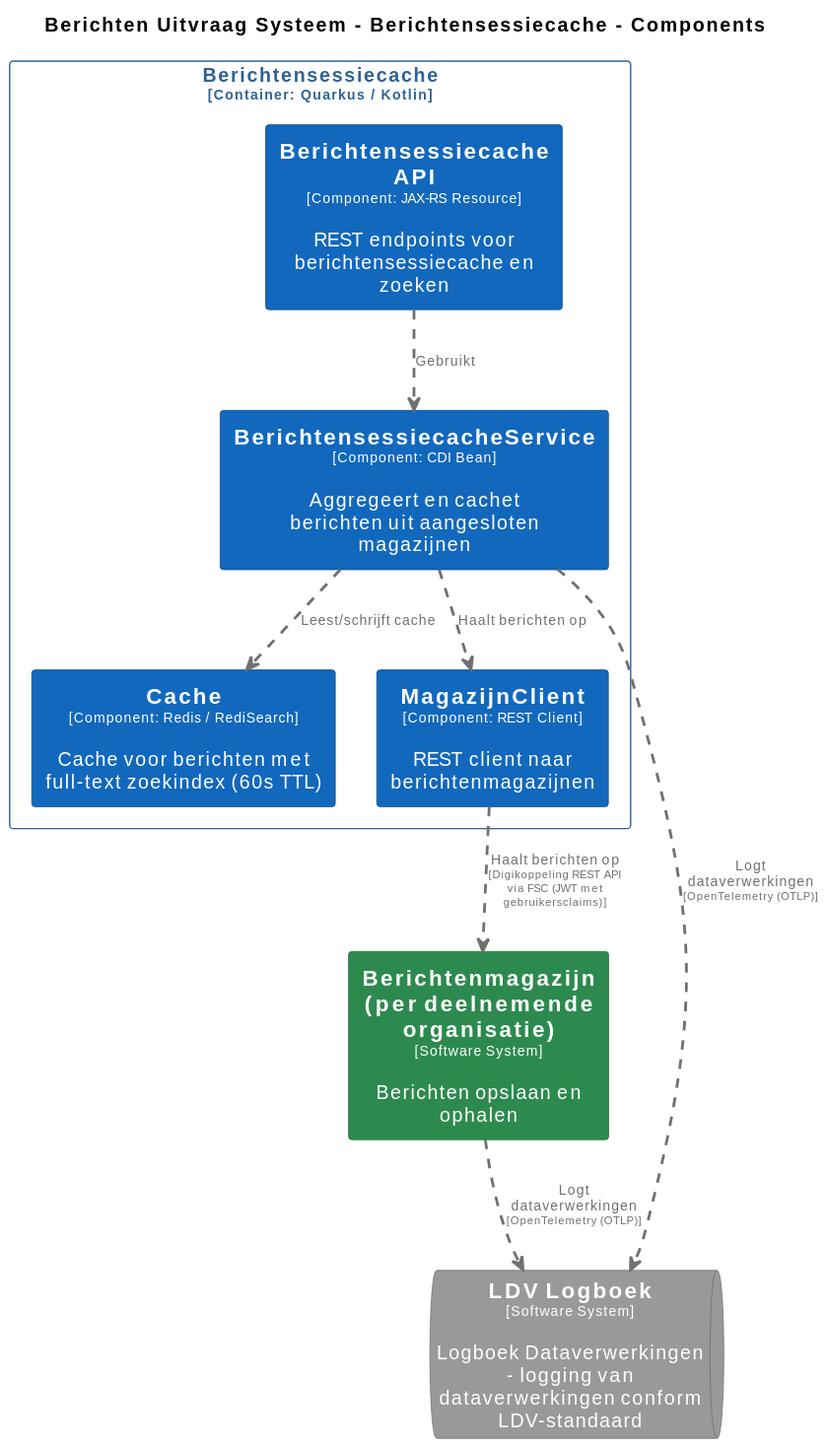
Earlier version of the PlantUML export pr-preview/pr-22/master/svg/BerichtensessiecacheComponenten.svg (MinBZK/moza-poc-fbs-berichtenbox). Its source is kept beside it as pr-preview/pr-22/master/puml/BerichtensessiecacheComponenten.puml.
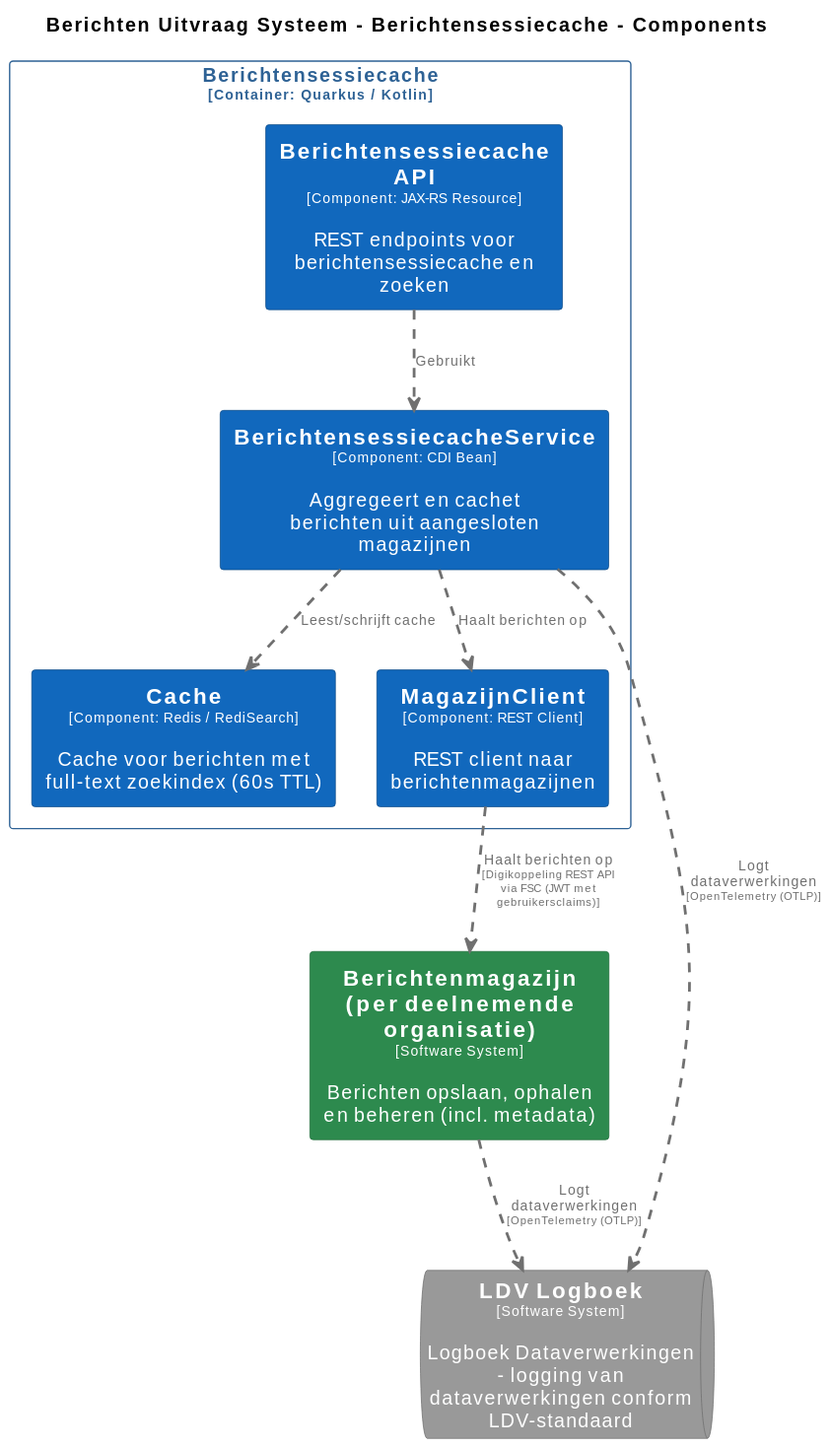
The same file after the commit.

Diff of the diagram source:
```diff
@@ -57,7 +57,7 @@
   shadowing false
 }
 
-rectangle "==Berichtenmagazijn (per deelnemende organisatie)\n<size:10>[Software System]</size>\n\nBerichten opslaan en ophalen" <<Berichtenmagazijnperdeelnemendeorganisatie>> as Berichtenmagazijnperdeelnemendeorganisatie
+rectangle "==Berichtenmagazijn (per deelnemende organisatie)\n<size:10>[Software System]</size>\n\nBerichten opslaan, ophalen en beheren (incl. metadata)" <<Berichtenmagazijnperdeelnemendeorganisatie>> as Berichtenmagazijnperdeelnemendeorganisatie
 queue "==LDV Logboek\n<size:10>[Software System]</size>\n\nLogboek Dataverwerkingen - logging van dataverwerkingen conform LDV-standaard" <<LDVLogboek>> as LDVLogboek
 
 rectangle "Berichtensessiecache\n<size:10>[Container: Quarkus / Kotlin]</size>" <<BerichtenUitvraagSysteem.Berichtensessiecache>> {
```
